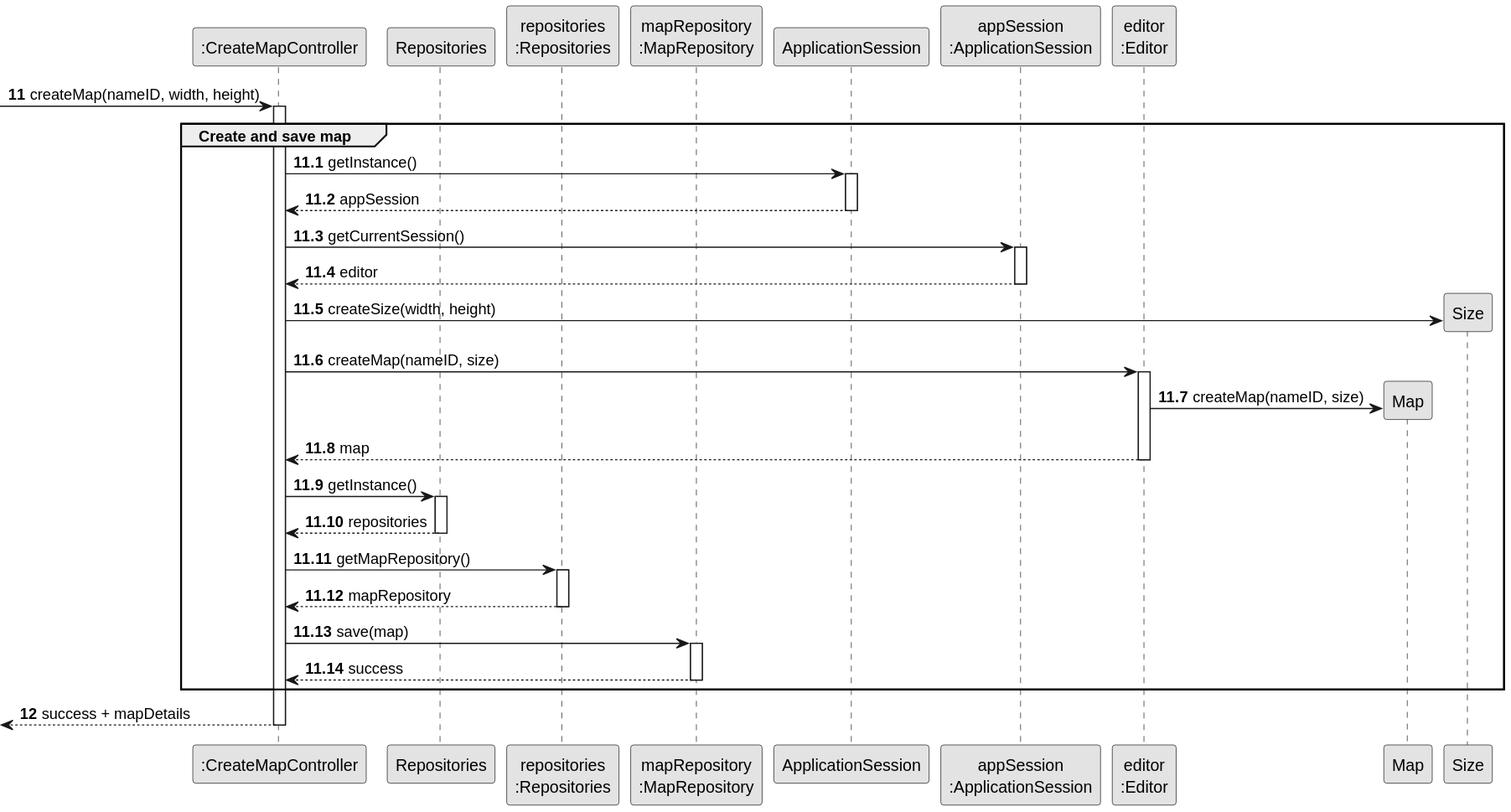
This is docs/system-documentation/Sprint 3/US01/03.design/svg/US01-SD-create-and-save-map.svg from HenriqueSilva18/Railway-Network-Simulator, a PlantUML export, as it was before one commit. Its diagram source:
```plantuml
@startuml
skinparam monochrome true
skinparam packageStyle rectangle
skinparam shadowing false

autonumber

participant ":CreateMapController" as CTRL
participant "Repositories" as REPOS
participant "repositories\n:Repositories" as REPOS_SINGLETON
participant "mapRepository\n:MapRepository" as REPOS_MAP
participant "ApplicationSession" as APP_SESSION
participant "appSession\n:ApplicationSession" as APP_SESSION_SINGLETON
participant "editor\n:Editor" as EDITOR
participant "Map" as MAP
participant "Size" as SIZE

autonumber 11
-> CTRL: createMap(nameID, width, height)
    activate CTRL
    autonumber 11.1
    group Create and save map
        CTRL -> APP_SESSION: getInstance()
        activate APP_SESSION
            APP_SESSION --> CTRL: appSession
        deactivate APP_SESSION

        CTRL -> APP_SESSION_SINGLETON: getCurrentSession()
        activate APP_SESSION_SINGLETON
            APP_SESSION_SINGLETON --> CTRL: editor
        deactivate APP_SESSION_SINGLETON

        CTRL -> SIZE**: createSize(width, height)

        CTRL -> EDITOR: createMap(nameID, size)
        activate EDITOR
            EDITOR -> MAP**: createMap(nameID, size)

            EDITOR --> CTRL: map
        deactivate EDITOR

        CTRL -> REPOS: getInstance()
        activate REPOS
            REPOS --> CTRL: repositories
        deactivate REPOS

        CTRL -> REPOS_SINGLETON: getMapRepository()
        activate REPOS_SINGLETON
            REPOS_SINGLETON --> CTRL: mapRepository
        deactivate REPOS_SINGLETON

        CTRL -> REPOS_MAP: save(map)
        activate REPOS_MAP
            REPOS_MAP --> CTRL: success
        deactivate REPOS_MAP
    end
    autonumber 12
    <-- CTRL: success + mapDetails
deactivate CTRL
@enduml
```
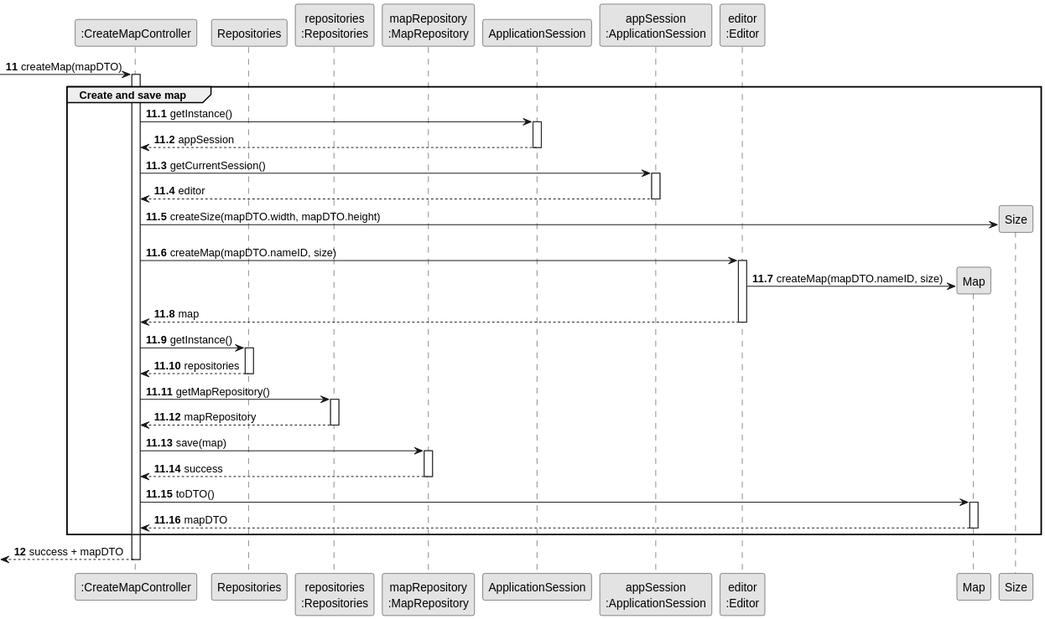
After the commit.

The edit, as a diff of the source:
```diff
@@ -16,7 +16,7 @@
 participant "Size" as SIZE
 
 autonumber 11
--> CTRL: createMap(nameID, width, height)
+-> CTRL: createMap(mapDTO)
     activate CTRL
     autonumber 11.1
     group Create and save map
@@ -30,11 +30,11 @@
             APP_SESSION_SINGLETON --> CTRL: editor
         deactivate APP_SESSION_SINGLETON
 
-        CTRL -> SIZE**: createSize(width, height)
+        CTRL -> SIZE**: createSize(mapDTO.width, mapDTO.height)
 
-        CTRL -> EDITOR: createMap(nameID, size)
+        CTRL -> EDITOR: createMap(mapDTO.nameID, size)
         activate EDITOR
-            EDITOR -> MAP**: createMap(nameID, size)
+            EDITOR -> MAP**: createMap(mapDTO.nameID, size)
 
             EDITOR --> CTRL: map
         deactivate EDITOR
@@ -53,8 +53,13 @@
         activate REPOS_MAP
             REPOS_MAP --> CTRL: success
         deactivate REPOS_MAP
+
+        CTRL -> MAP: toDTO()
+        activate MAP
+            MAP --> CTRL: mapDTO
+        deactivate MAP
     end
     autonumber 12
-    <-- CTRL: success + mapDetails
+    <-- CTRL: success + mapDTO
 deactivate CTRL
 @enduml
```
